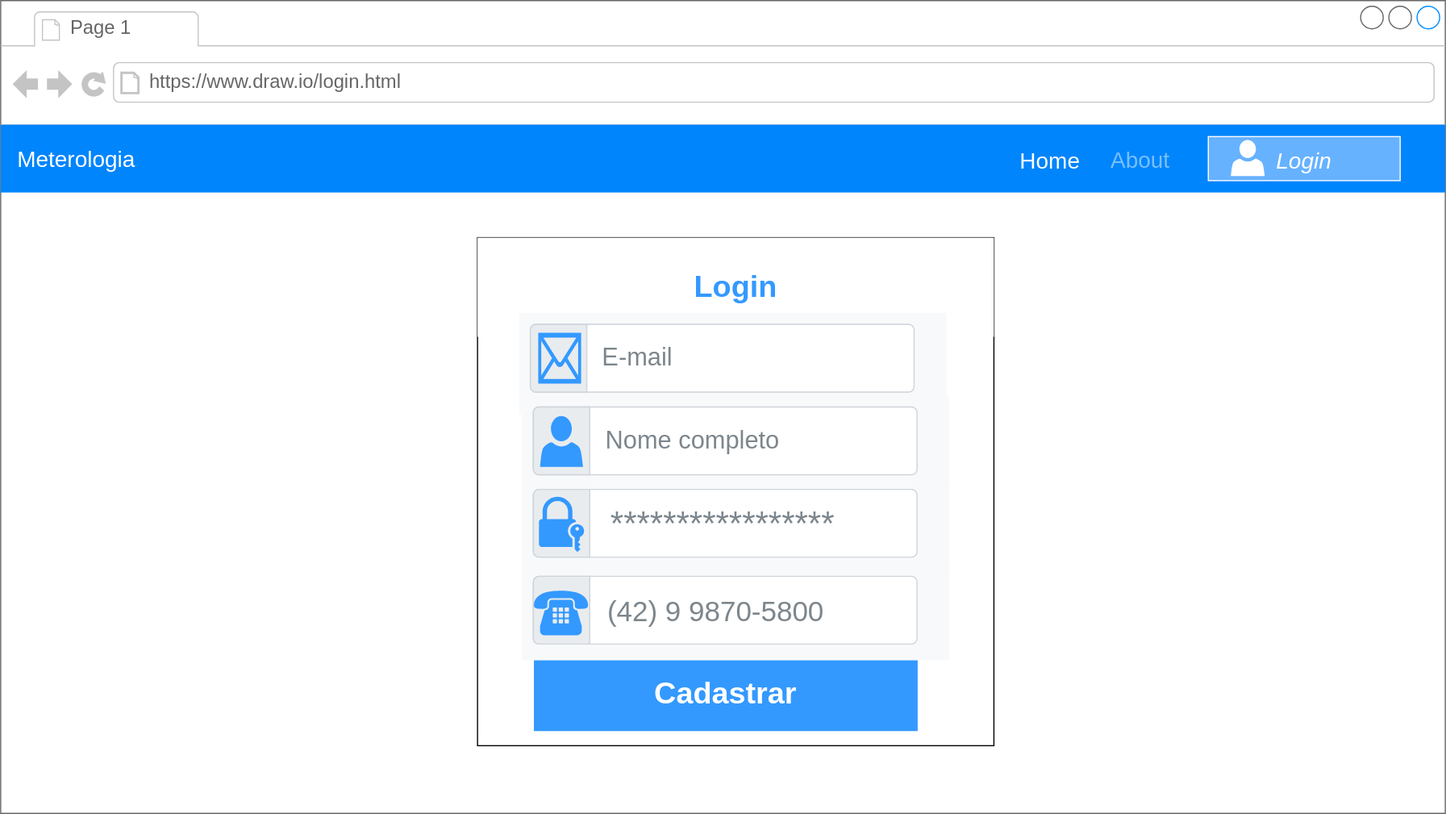
This is wireframe/login-view.svg from LeoMatheus/bischoflima.github.io, a draw.io export, as it was before one commit. Source tidied: cells renumbered, new cells last; positions are measured from the earlier drawing's top-left corner, leaving out a move shared by most shapes.
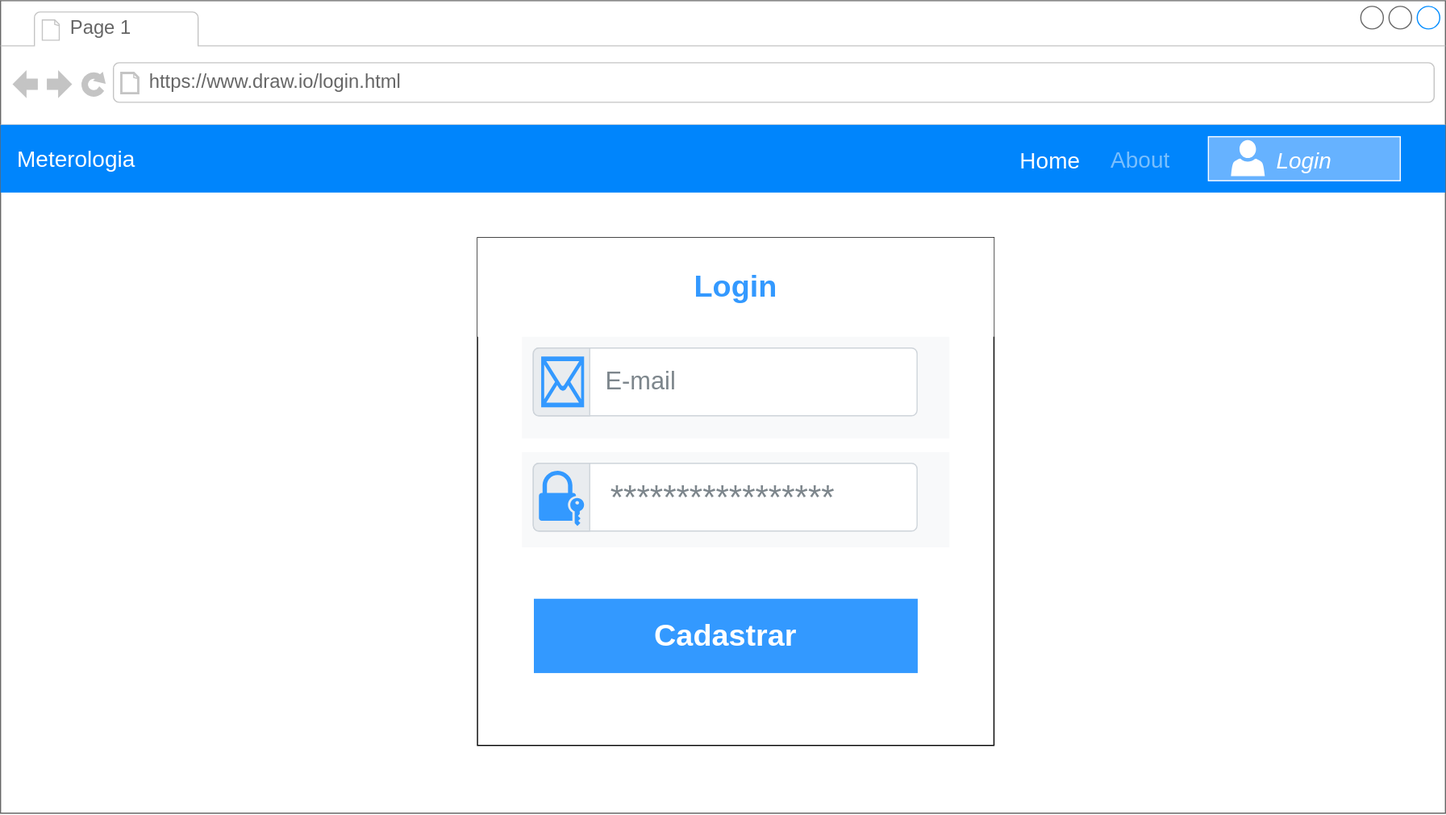
The same file after the commit.

Commit message:
ajustados os nomes nos wireframes

The edit, as a diff of the source:
```diff
@@ -23,11 +23,11 @@
     <mxCell id="8" value="&lt;b&gt;&lt;font style=&quot;font-size: 27px&quot;&gt;Login&lt;/font&gt;&lt;/b&gt;" style="html=1;shadow=0;dashed=0;strokeColor=none;fontSize=16;align=center;spacing=15;labelBackgroundColor=none;fillColor=#FFFFFF;fontColor=#3399FF;" parent="6" vertex="1">
       <mxGeometry width="457.5" height="87.8" as="geometry" />
     </mxCell>
-    <mxCell id="9" style="group;" parent="6" vertex="1">
-      <mxGeometry x="36.8" y="66.8" width="378.7" height="276" as="geometry" />
-    </mxCell>
+    <mxCell id="14" value="&lt;b&gt;&lt;font style=&quot;font-size: 27px&quot;&gt;Cadastrar&lt;/font&gt;&lt;/b&gt;" style="html=1;shadow=0;dashed=0;strokeColor=none;fontSize=16;align=center;spacing=15;labelBackgroundColor=none;fillColor=#3399FF;fontColor=#FFFFFF;" parent="6" vertex="1">
+      <mxGeometry x="50" y="320" width="340" height="65.8" as="geometry" />
+    </mxCell>
-    <mxCell id="10" style="html=1;shadow=0;dashed=0;fillColor=#F8F9FA;strokeColor=none;fontSize=16;fontColor=#181819;align=left;spacing=15;" parent="9" vertex="1">
-      <mxGeometry width="378.7" height="90" as="geometry" />
+    <mxCell id="10" style="html=1;shadow=0;dashed=0;fillColor=#F8F9FA;strokeColor=none;fontSize=16;fontColor=#181819;align=left;spacing=15;" parent="6" vertex="1">
+      <mxGeometry x="39.4" y="87.8" width="378.7" height="90" as="geometry" />
     </mxCell>
     <mxCell id="11" value="&lt;font style=&quot;font-size: 22px&quot;&gt;&amp;nbsp; E-mail&lt;/font&gt;" style="html=1;shadow=0;dashed=0;shape=mxgraph.bootstrap.rrect;rSize=5;strokeColor=#CED4DA;html=1;whiteSpace=wrap;fillColor=#FFFFFF;fontColor=#7D868C;align=left;spacingLeft=50;fontSize=14;" parent="10" vertex="1">
       <mxGeometry width="340" height="60" relative="1" as="geometry">
@@ -40,25 +40,8 @@
     <mxCell id="13" style="shape=mxgraph.signs.tech.mail;html=1;strokeColor=none;verticalLabelPosition=bottom;verticalAlign=top;align=center;labelBackgroundColor=none;fontSize=20;fontColor=#E6E6E6;fillColor=#3399FF;" parent="11" vertex="1">
       <mxGeometry x="7" y="7.5" width="38" height="45" as="geometry" />
     </mxCell>
-    <mxCell id="14" value="&lt;b&gt;&lt;font style=&quot;font-size: 27px&quot;&gt;Cadastrar&lt;/font&gt;&lt;/b&gt;" style="html=1;shadow=0;dashed=0;strokeColor=none;fontSize=16;align=center;spacing=15;labelBackgroundColor=none;fillColor=#3399FF;fontColor=#FFFFFF;" parent="6" vertex="1">
-      <mxGeometry x="50" y="371.2" width="340" height="65.8" as="geometry" />
-    </mxCell>
-    <mxCell id="15" style="html=1;shadow=0;dashed=0;fillColor=#F8F9FA;strokeColor=none;fontSize=16;fontColor=#181819;align=left;spacing=15;" parent="6" vertex="1">
-      <mxGeometry x="39.4" y="140" width="378.7" height="82.2" as="geometry" />
-    </mxCell>
-    <mxCell id="16" value="&lt;font style=&quot;font-size: 22px&quot;&gt;&amp;nbsp; Nome completo&lt;br&gt;&lt;/font&gt;" style="html=1;shadow=0;dashed=0;shape=mxgraph.bootstrap.rrect;rSize=5;strokeColor=#CED4DA;html=1;whiteSpace=wrap;fillColor=#FFFFFF;fontColor=#7D868C;align=left;spacingLeft=50;fontSize=14;" parent="15" vertex="1">
-      <mxGeometry width="340" height="60" relative="1" as="geometry">
-        <mxPoint x="10" y="10" as="offset" />
-      </mxGeometry>
-    </mxCell>
-    <mxCell id="17" style="html=1;shadow=0;dashed=0;shape=mxgraph.bootstrap.leftButton;strokeColor=inherit;gradientColor=inherit;fontColor=inherit;fillColor=#E9ECEF;rSize=5;perimeter=none;whiteSpace=wrap;" parent="16" vertex="1">
-      <mxGeometry width="50" height="60" relative="1" as="geometry" />
-    </mxCell>
-    <mxCell id="18" style="shadow=0;dashed=0;html=1;strokeColor=none;labelPosition=center;verticalLabelPosition=bottom;verticalAlign=top;align=center;shape=mxgraph.office.users.user;labelBackgroundColor=none;fontSize=20;fontColor=#E6E6E6;fillColor=#3399FF;" parent="16" vertex="1">
-      <mxGeometry x="6" y="8" width="38" height="45" as="geometry" />
-    </mxCell>
     <mxCell id="19" style="html=1;shadow=0;dashed=0;fillColor=#F8F9FA;strokeColor=none;fontSize=16;fontColor=#181819;align=left;spacing=15;" parent="6" vertex="1">
-      <mxGeometry x="39.4" y="213" width="378.7" height="84.4" as="geometry" />
+      <mxGeometry x="39.4" y="190" width="378.7" height="84.4" as="geometry" />
     </mxCell>
     <mxCell id="20" value="&lt;font style=&quot;font-size: 30px&quot;&gt;&amp;nbsp; *****************&lt;/font&gt;" style="html=1;shadow=0;dashed=0;shape=mxgraph.bootstrap.rrect;rSize=5;strokeColor=#CED4DA;html=1;whiteSpace=wrap;fillColor=#FFFFFF;fontColor=#7D868C;align=left;spacingLeft=50;fontSize=14;" parent="19" vertex="1">
       <mxGeometry width="340" height="60" relative="1" as="geometry">
@@ -71,20 +54,6 @@
     <mxCell id="22" style="shadow=0;dashed=0;html=1;strokeColor=none;labelPosition=center;verticalLabelPosition=bottom;verticalAlign=top;align=center;shape=mxgraph.office.security.lock_with_key_security;fontSize=20;labelBackgroundColor=none;fontColor=#E6E6E6;fillColor=#3399FF;" parent="20" vertex="1">
       <mxGeometry x="5" y="6.5" width="40" height="49" as="geometry" />
     </mxCell>
-    <mxCell id="23" style="html=1;shadow=0;dashed=0;fillColor=#F8F9FA;strokeColor=none;fontSize=16;fontColor=#181819;align=left;spacing=15;" parent="6" vertex="1">
-      <mxGeometry x="39.4" y="290" width="378.7" height="84.4" as="geometry" />
-    </mxCell>
-    <mxCell id="24" value="&lt;sub&gt;&lt;font style=&quot;font-size: 25px&quot;&gt;&amp;nbsp; (42) 9 9870-5800&lt;/font&gt;&lt;/sub&gt;" style="html=1;shadow=0;dashed=0;shape=mxgraph.bootstrap.rrect;rSize=5;strokeColor=#CED4DA;html=1;whiteSpace=wrap;fillColor=#FFFFFF;fontColor=#7D868C;align=left;spacingLeft=50;fontSize=14;" parent="23" vertex="1">
-      <mxGeometry width="340" height="60" relative="1" as="geometry">
-        <mxPoint x="10" y="10" as="offset" />
-      </mxGeometry>
-    </mxCell>
-    <mxCell id="25" style="html=1;shadow=0;dashed=0;shape=mxgraph.bootstrap.leftButton;strokeColor=inherit;gradientColor=inherit;fontColor=inherit;fillColor=#E9ECEF;rSize=5;perimeter=none;whiteSpace=wrap;" parent="24" vertex="1">
-      <mxGeometry width="50" height="60" relative="1" as="geometry" />
-    </mxCell>
-    <mxCell id="26" style="shadow=0;dashed=0;html=1;strokeColor=none;labelPosition=center;verticalLabelPosition=bottom;verticalAlign=top;align=center;shape=mxgraph.office.devices.phone_traditional;fillColor=#3399FF;" parent="24" vertex="1">
-      <mxGeometry x="0.5" y="12.2" width="48" height="40" as="geometry" />
-    </mxCell>
     <mxCell id="27" style="group;" parent="2" vertex="1">
       <mxGeometry x="840" y="119.5" width="410" height="41" as="geometry" />
     </mxCell>
```
